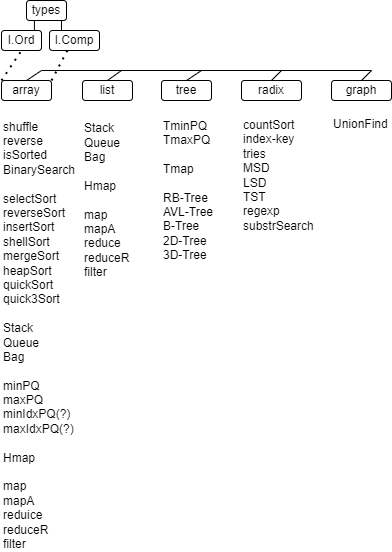
Before: pics/algos.png, a diagram exported from draw.io (kselnaag/algos). Source tidied: cells renumbered, new cells last; positions are measured from the earlier drawing's top-left corner, leaving out a move shared by most shapes.
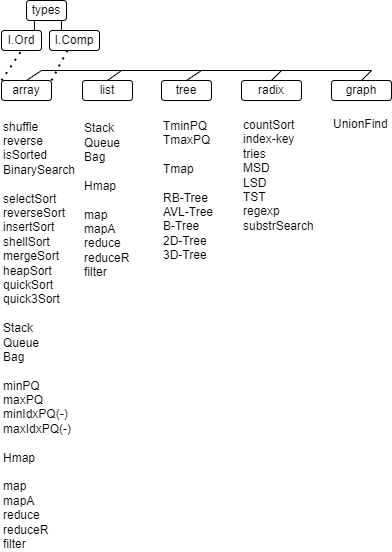
The same file after the commit.

Commit message:
add array and list map/reduce funcs

What changed in the source:
```diff
@@ -17,7 +17,7 @@
     <mxCell id="6" value="graph" style="rounded=1;whiteSpace=wrap;html=1;fontColor=#000000;fillColor=none;strokeColor=#000000;" parent="1" vertex="1">
       <mxGeometry x="330" y="80" width="60" height="20" as="geometry" />
     </mxCell>
-    <mxCell id="7" value="shuffle&lt;br&gt;reverse&lt;br&gt;isSorted&lt;br&gt;BinarySearch&lt;br&gt;&lt;br&gt;selectSort&lt;br&gt;reverseSort&lt;br&gt;insertSort&lt;br&gt;shellSort&lt;br&gt;mergeSort&lt;br&gt;heapSort&lt;br&gt;quickSort&lt;br&gt;quick3Sort&lt;br&gt;&lt;br&gt;Stack&lt;br&gt;Queue&lt;br&gt;Bag&lt;br&gt;&lt;br&gt;minPQ&lt;br&gt;maxPQ&lt;br&gt;minIdxPQ(?)&lt;br&gt;maxIdxPQ(?)&lt;br&gt;&lt;br&gt;Hmap&lt;br&gt;&lt;br&gt;map&lt;br&gt;mapA&lt;br&gt;reduice&lt;br&gt;reduceR&lt;br&gt;filter" style="text;html=1;strokeColor=none;fillColor=none;align=left;verticalAlign=middle;whiteSpace=wrap;rounded=0;fontColor=#000000;" parent="1" vertex="1">
+    <mxCell id="7" value="shuffle&lt;br&gt;reverse&lt;br&gt;isSorted&lt;br&gt;BinarySearch&lt;br&gt;&lt;br&gt;selectSort&lt;br&gt;reverseSort&lt;br&gt;insertSort&lt;br&gt;shellSort&lt;br&gt;mergeSort&lt;br&gt;heapSort&lt;br&gt;quickSort&lt;br&gt;quick3Sort&lt;br&gt;&lt;br&gt;Stack&lt;br&gt;Queue&lt;br&gt;Bag&lt;br&gt;&lt;br&gt;minPQ&lt;br&gt;maxPQ&lt;br&gt;minIdxPQ(-)&lt;br&gt;maxIdxPQ(-)&lt;br&gt;&lt;br&gt;Hmap&lt;br&gt;&lt;br&gt;map&lt;br&gt;mapA&lt;br&gt;reduce&lt;br&gt;reduceR&lt;br&gt;filter" style="text;html=1;strokeColor=none;fillColor=none;align=left;verticalAlign=middle;whiteSpace=wrap;rounded=0;fontColor=#000000;" parent="1" vertex="1">
       <mxGeometry y="120" width="66" height="430" as="geometry" />
     </mxCell>
     <mxCell id="8" value="Stack&lt;br&gt;Queue&lt;br&gt;Bag&lt;br&gt;&lt;br&gt;Hmap&lt;br&gt;&lt;br&gt;map&lt;br&gt;mapA&lt;br&gt;reduce&lt;br&gt;reduceR&lt;br&gt;filter" style="text;html=1;strokeColor=none;fillColor=none;align=left;verticalAlign=middle;whiteSpace=wrap;rounded=0;fontColor=#000000;" parent="1" vertex="1">
```
